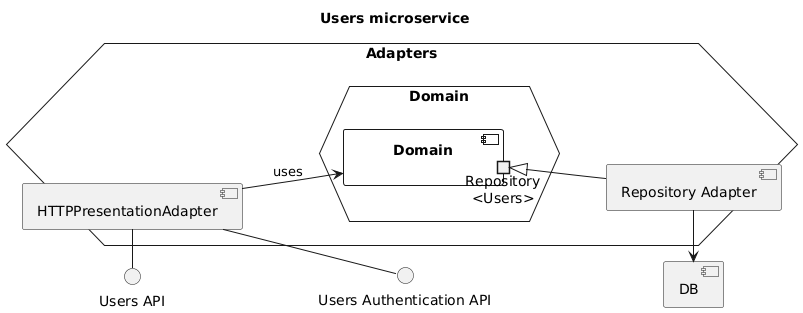
Ventus218/SAP-assignment-02 keeps this PlantUML diagram as doc/diagrams/users-components.png. Above is the earlier version.
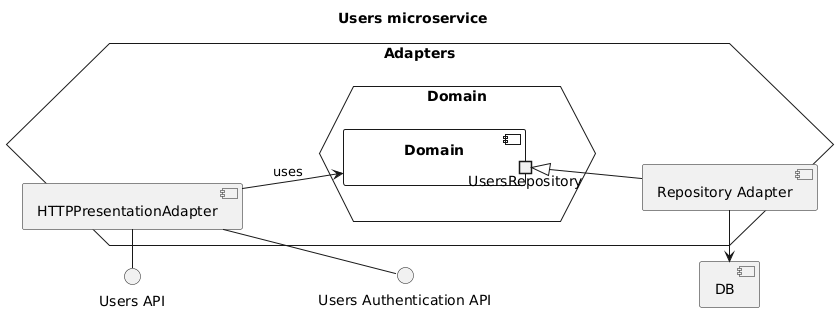
After the commit.

Change to the diagram source:
```diff
@@ -11,7 +11,7 @@
 hexagon Adapters {
     hexagon Domain as DomainHex {
         component Domain {
-            portout "Repository\n<Users>" as Repo
+            portout "UsersRepository" as Repo
 
         }
     }
```
